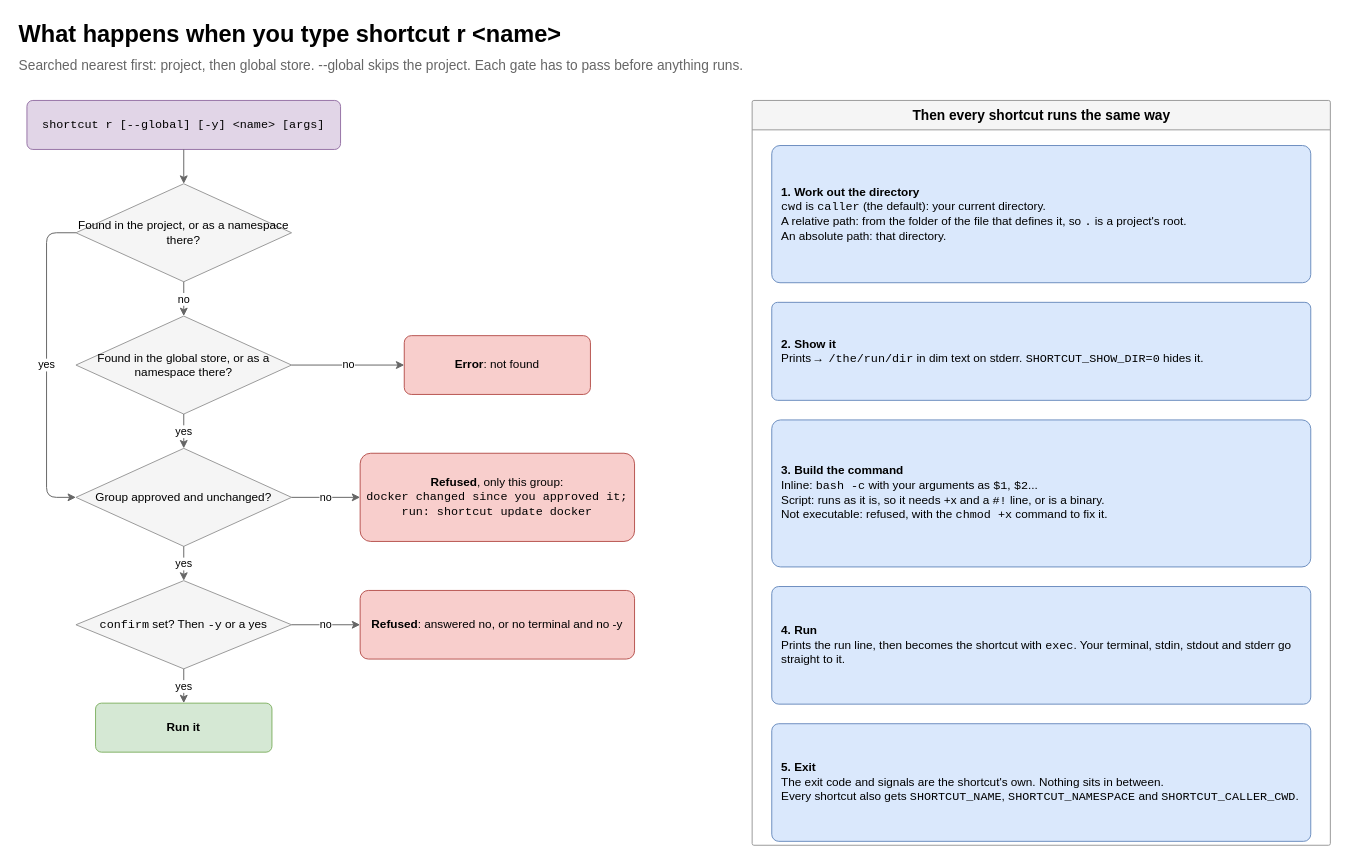
This is page "2 How a name runs" (2 of 5) of docs/shortcut-overview.drawio from StanLukuvka/Shortcut, a draw.io file, before an edit. Source tidied: cells renumbered, new cells numbered last; positions are measured from the earlier drawing's top-left corner, leaving out a move shared by most shapes. Both pictures are drawn from the tidied source at 98%, with x=0, y=0 at pixel (17, 17).
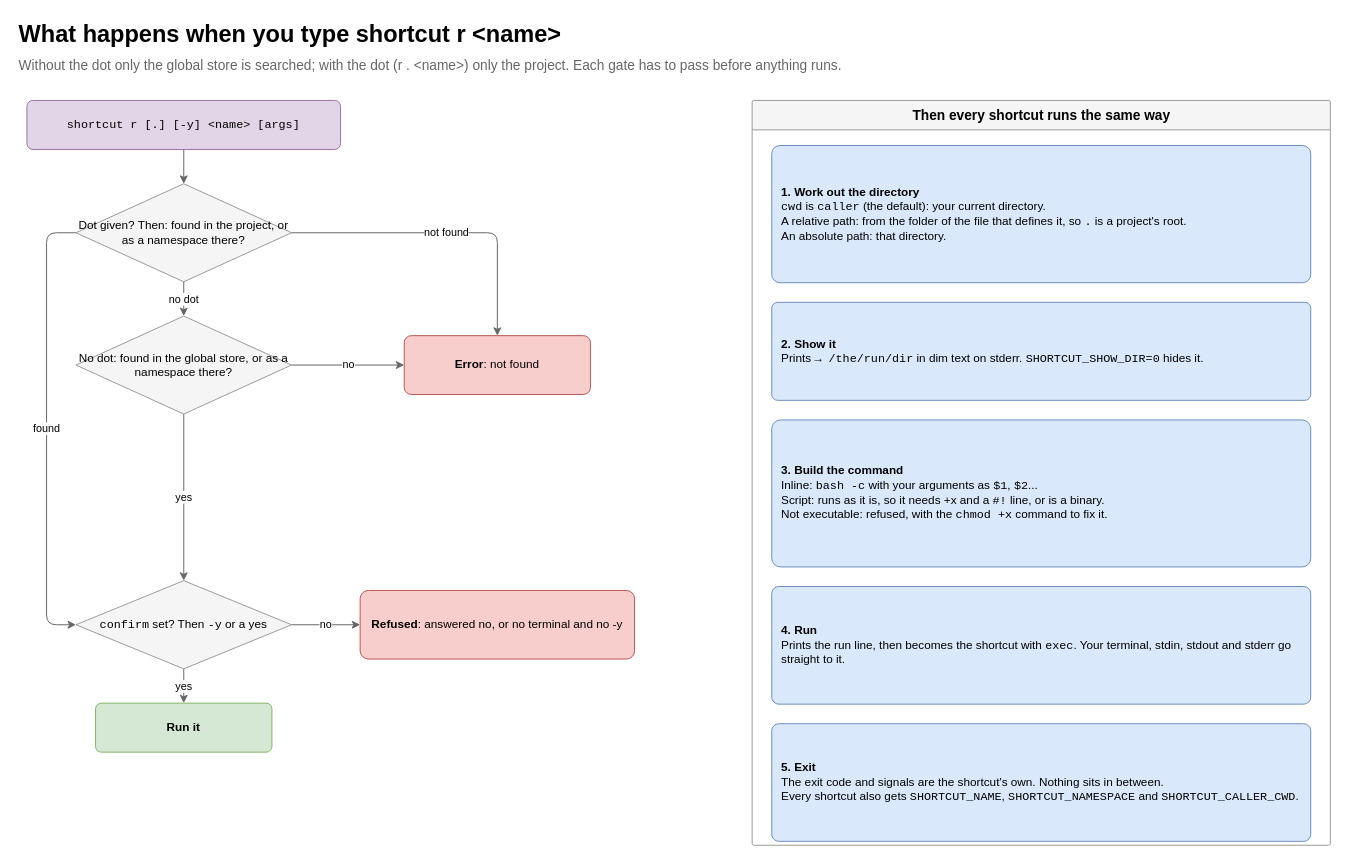
The same diagram, later.

The change refers to these unchanged cells:
```xml
<mxCell id="7" value="&lt;b&gt;Error&lt;/b&gt;: not found" style="rounded=1;arcSize=12;whiteSpace=wrap;html=1;fillColor=#f8cecc;strokeColor=#b85450;fontSize=12;" parent="1" vertex="1">
  <mxGeometry x="395" y="325" width="190" height="60" as="geometry" />
</mxCell>
<mxCell id="10" value="&lt;font face=&quot;monospace&quot;&gt;confirm&lt;/font&gt; set? Then &lt;font face=&quot;monospace&quot;&gt;-y&lt;/font&gt; or a yes" style="rhombus;whiteSpace=wrap;html=1;fillColor=#f5f5f5;strokeColor=#999999;fontSize=12;" parent="1" vertex="1">
  <mxGeometry x="60" y="575" width="220" height="90" as="geometry" />
</mxCell>
```

Change to the diagram source:
```diff
@@
-    <mxCell id="3" value="Searched nearest first: project, then global store. --global skips the project. Each gate has to pass before anything runs." style="text;html=1;align=left;verticalAlign=middle;fontSize=14;fontColor=#666666;strokeColor=none;fillColor=none;whiteSpace=wrap;" parent="1" vertex="1">
+    <mxCell id="3" value="Without the dot only the global store is searched; with the dot (r . &amp;lt;name&amp;gt;) only the project. Each gate has to pass before anything runs." style="text;html=1;align=left;verticalAlign=middle;fontSize=14;fontColor=#666666;strokeColor=none;fillColor=none;whiteSpace=wrap;" parent="1" vertex="1">
       <mxGeometry y="36" width="1340" height="26" as="geometry" />
     </mxCell>
-    <mxCell id="4" value="&lt;font face=&quot;monospace&quot;&gt;shortcut r [--global] [-y] &amp;lt;name&amp;gt; [args]&lt;/font&gt;" style="rounded=1;arcSize=12;whiteSpace=wrap;html=1;fillColor=#e1d5e7;strokeColor=#9673a6;fontSize=12;" parent="1" vertex="1">
+    <mxCell id="4" value="&lt;font face=&quot;monospace&quot;&gt;shortcut r [.] [-y] &amp;lt;name&amp;gt; [args]&lt;/font&gt;" style="rounded=1;arcSize=12;whiteSpace=wrap;html=1;fillColor=#e1d5e7;strokeColor=#9673a6;fontSize=12;" parent="1" vertex="1">
       <mxGeometry x="10" y="85" width="320" height="50" as="geometry" />
     </mxCell>
-    <mxCell id="5" value="Found in the project, or as a namespace there?" style="rhombus;whiteSpace=wrap;html=1;fillColor=#f5f5f5;strokeColor=#999999;fontSize=12;" parent="1" vertex="1">
+    <mxCell id="5" value="Dot given? Then: found in the project, or as a namespace there?" style="rhombus;whiteSpace=wrap;html=1;fillColor=#f5f5f5;strokeColor=#999999;fontSize=12;" parent="1" vertex="1">
       <mxGeometry x="60" y="170" width="220" height="100" as="geometry" />
     </mxCell>
-    <mxCell id="6" value="Found in the global store, or as a namespace there?" style="rhombus;whiteSpace=wrap;html=1;fillColor=#f5f5f5;strokeColor=#999999;fontSize=12;" parent="1" vertex="1">
+    <mxCell id="6" value="No dot: found in the global store, or as a namespace there?" style="rhombus;whiteSpace=wrap;html=1;fillColor=#f5f5f5;strokeColor=#999999;fontSize=12;" parent="1" vertex="1">
       <mxGeometry x="60" y="305" width="220" height="100" as="geometry" />
     </mxCell>
@@
-    <mxCell id="8" value="Group approved and unchanged?" style="rhombus;whiteSpace=wrap;html=1;fillColor=#f5f5f5;strokeColor=#999999;fontSize=12;" parent="1" vertex="1">
-      <mxGeometry x="60" y="440" width="220" height="100" as="geometry" />
-    </mxCell>
-    <mxCell id="9" value="&lt;b&gt;Refused&lt;/b&gt;, only this group:&lt;br&gt;&lt;font face=&quot;monospace&quot;&gt;docker changed since you approved it; run: shortcut update docker&lt;/font&gt;" style="rounded=1;arcSize=12;whiteSpace=wrap;html=1;fillColor=#f8cecc;strokeColor=#b85450;fontSize=12;" parent="1" vertex="1">
-      <mxGeometry x="350" y="445" width="280" height="90" as="geometry" />
-    </mxCell>
@@
-    <mxCell id="14" value="no" style="edgeStyle=orthogonalEdgeStyle;rounded=1;html=1;defaultLabelBackgroundColor=page;fontSize=11;endArrow=classic;strokeColor=#666666;" parent="1" edge="1" source="5" target="6">
+    <mxCell id="14" value="no dot" style="edgeStyle=orthogonalEdgeStyle;rounded=1;html=1;defaultLabelBackgroundColor=page;fontSize=11;endArrow=classic;strokeColor=#666666;" parent="1" edge="1" source="5" target="6">
       <mxGeometry relative="1" as="geometry" />
     </mxCell>
-    <mxCell id="15" value="yes" style="edgeStyle=orthogonalEdgeStyle;rounded=1;html=1;defaultLabelBackgroundColor=page;fontSize=11;endArrow=classic;strokeColor=#666666;" parent="1" edge="1" source="6" target="8">
+    <mxCell id="15" value="yes" style="edgeStyle=orthogonalEdgeStyle;rounded=1;html=1;defaultLabelBackgroundColor=page;fontSize=11;endArrow=classic;strokeColor=#666666;" parent="1" edge="1" source="6" target="10">
       <mxGeometry relative="1" as="geometry" />
     </mxCell>
-    <mxCell id="16" value="yes" style="edgeStyle=orthogonalEdgeStyle;rounded=1;html=1;defaultLabelBackgroundColor=page;fontSize=11;endArrow=classic;strokeColor=#666666;" parent="1" edge="1" source="8" target="10">
-      <mxGeometry relative="1" as="geometry" />
-    </mxCell>
@@
-    <mxCell id="19" value="no" style="edgeStyle=orthogonalEdgeStyle;rounded=1;html=1;defaultLabelBackgroundColor=page;fontSize=11;endArrow=classic;strokeColor=#666666;" parent="1" edge="1" source="8" target="9">
-      <mxGeometry relative="1" as="geometry" />
-    </mxCell>
@@
-    <mxCell id="21" value="yes" style="edgeStyle=orthogonalEdgeStyle;rounded=1;html=1;defaultLabelBackgroundColor=page;fontSize=11;endArrow=classic;strokeColor=#666666;exitX=0;exitY=0.5;exitDx=0;exitDy=0;entryX=0;entryY=0.5;entryDx=0;entryDy=0;" parent="1" edge="1" source="5" target="8">
+    <mxCell id="21" value="found" style="edgeStyle=orthogonalEdgeStyle;rounded=1;html=1;defaultLabelBackgroundColor=page;fontSize=11;endArrow=classic;strokeColor=#666666;exitX=0;exitY=0.5;exitDx=0;exitDy=0;entryX=0;entryY=0.5;entryDx=0;entryDy=0;" parent="1" edge="1" source="5" target="10">
       <mxGeometry relative="1" as="geometry">
         <Array as="points">
           <mxPoint x="30" y="220" />
-          <mxPoint x="30" y="490" />
+          <mxPoint x="30" y="620" />
         </Array>
       </mxGeometry>
     </mxCell>
@@
+    <mxCell id="28" value="not found" style="edgeStyle=orthogonalEdgeStyle;rounded=1;html=1;defaultLabelBackgroundColor=page;fontSize=11;endArrow=classic;strokeColor=#666666;exitX=1;exitY=0.5;exitDx=0;exitDy=0;entryX=0.5;entryY=0;entryDx=0;entryDy=0;" parent="1" edge="1" source="5" target="7">
+      <mxGeometry relative="1" as="geometry">
+        <Array as="points">
+          <mxPoint x="490" y="220" />
+        </Array>
+      </mxGeometry>
+    </mxCell>
```
